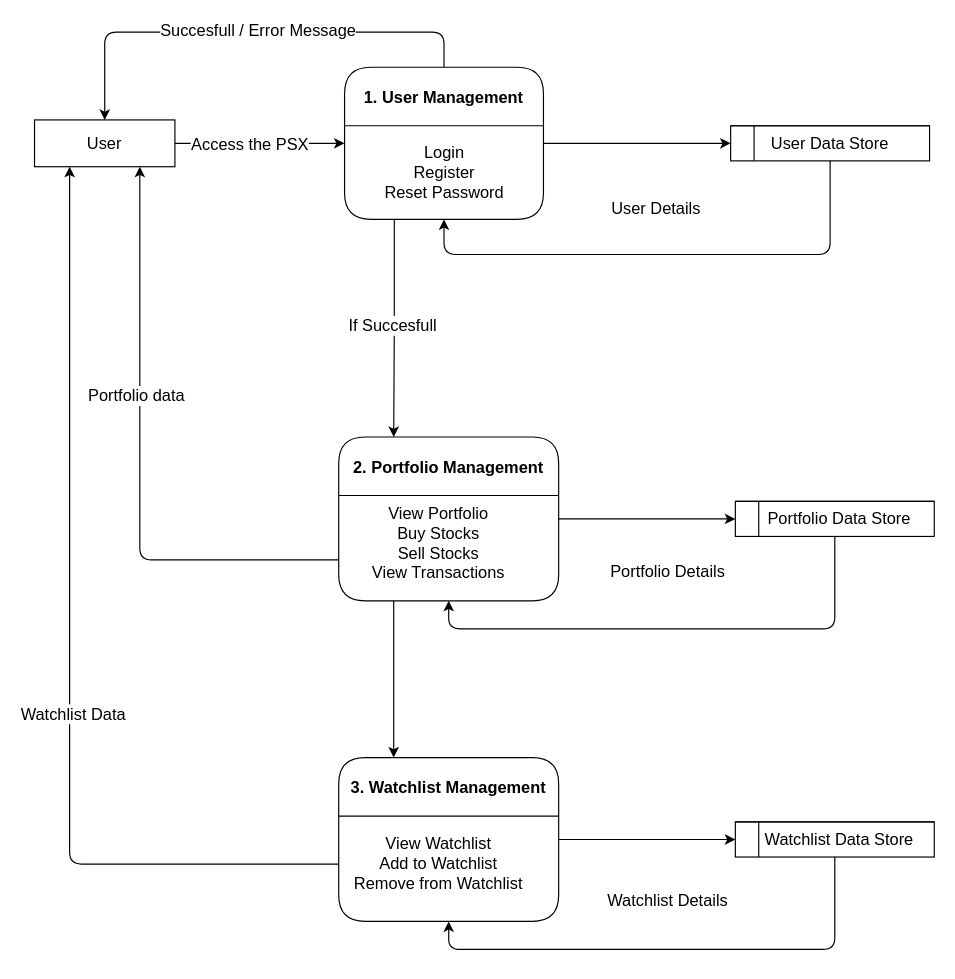
The draw.io diagram diagrams/DFD Level 01.drawio in httpshahan/Pakistan-Stock-Exchange-Simulator, before the edit. Source tidied: cells renumbered, new cells numbered last; positions are measured from the earlier drawing's top-left corner, leaving out a move shared by most shapes. Both pictures are drawn from the tidied source at 117%, with x=0, y=0 at pixel (34, 32).
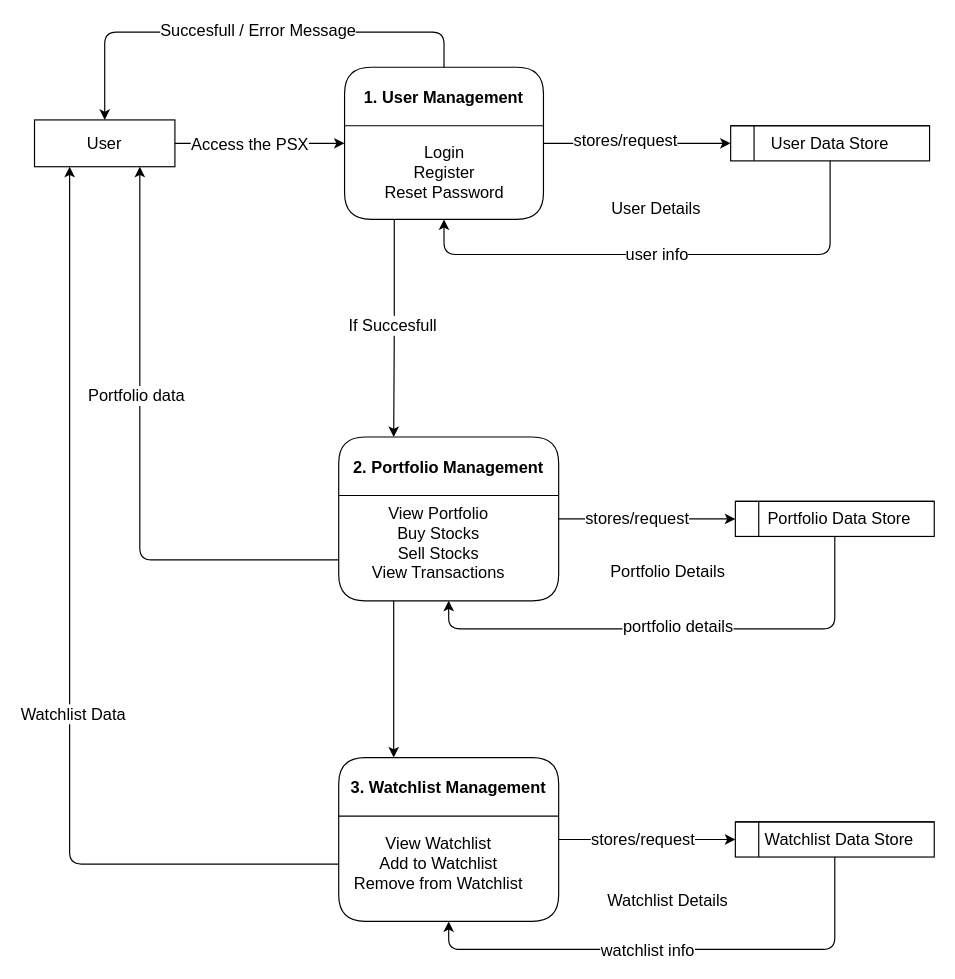
After the change.

Commit message (it also covers changes not shown here):
Update DFD level 0 diagram with corrected edge order

Unchanged cells that the change refers to:
```xml
<mxCell id="5" style="edgeStyle=none;html=1;exitX=1;exitY=0.5;exitDx=0;exitDy=0;entryX=0;entryY=0.5;entryDx=0;entryDy=0;fontSize=14;" parent="1" edge="1" source="11" target="14">
  <mxGeometry relative="1" as="geometry" />
</mxCell>
<mxCell id="13" style="edgeStyle=orthogonalEdgeStyle;html=1;exitX=0.5;exitY=1;exitDx=0;exitDy=0;entryX=0.5;entryY=1;entryDx=0;entryDy=0;fontSize=14;" parent="1" edge="1" source="14" target="11">
  <mxGeometry relative="1" as="geometry">
    <Array as="points">
      <mxPoint x="680" y="190" />
      <mxPoint x="350" y="190" />
    </Array>
  </mxGeometry>
</mxCell>
<mxCell id="15" style="edgeStyle=orthogonalEdgeStyle;html=1;exitX=1;exitY=0.5;exitDx=0;exitDy=0;entryX=0;entryY=0.5;entryDx=0;entryDy=0;fontSize=14;" parent="1" edge="1" source="18" target="21">
  <mxGeometry relative="1" as="geometry" />
</mxCell>
<mxCell id="20" style="edgeStyle=orthogonalEdgeStyle;html=1;exitX=0.5;exitY=1;exitDx=0;exitDy=0;entryX=0.5;entryY=1;entryDx=0;entryDy=0;fontSize=14;" parent="1" edge="1" source="21" target="18">
  <mxGeometry relative="1" as="geometry">
    <Array as="points">
      <mxPoint x="684" y="510" />
      <mxPoint x="354" y="510" />
    </Array>
  </mxGeometry>
</mxCell>
<mxCell id="22" style="edgeStyle=orthogonalEdgeStyle;html=1;exitX=1;exitY=0.5;exitDx=0;exitDy=0;entryX=0;entryY=0.5;entryDx=0;entryDy=0;fontSize=14;" parent="1" edge="1" source="24" target="27">
  <mxGeometry relative="1" as="geometry" />
</mxCell>
<mxCell id="26" style="edgeStyle=orthogonalEdgeStyle;html=1;exitX=0.5;exitY=1;exitDx=0;exitDy=0;entryX=0.5;entryY=1;entryDx=0;entryDy=0;fontSize=14;" parent="1" edge="1" source="27" target="24">
  <mxGeometry relative="1" as="geometry">
    <Array as="points">
      <mxPoint x="450" y="784" />
      <mxPoint x="149" y="784" />
    </Array>
  </mxGeometry>
</mxCell>
```

What changed in the source:
```diff
@@
+    <mxCell id="32" value="stores/request" style="edgeLabel;html=1;align=center;verticalAlign=middle;fontSize=14;" parent="5" vertex="1">
+      <mxGeometry x="-0.2" y="-2" relative="1" as="geometry">
+        <mxPoint x="5" y="-5" as="offset" />
+      </mxGeometry>
+    </mxCell>
@@
+    <mxCell id="33" value="user info" style="edgeLabel;html=1;align=center;verticalAlign=middle;fontSize=14;" parent="13" vertex="1">
+      <mxGeometry x="0.04" relative="1" as="geometry">
+        <mxPoint y="-1" as="offset" />
+      </mxGeometry>
+    </mxCell>
@@
+    <mxCell id="34" value="stores/request" style="edgeLabel;html=1;align=center;verticalAlign=middle;fontSize=14;" parent="15" vertex="1">
+      <mxGeometry x="-0.34" y="-2" relative="1" as="geometry">
+        <mxPoint x="16" y="-3" as="offset" />
+      </mxGeometry>
+    </mxCell>
@@
+    <mxCell id="35" value="portfolio details" style="edgeLabel;html=1;align=center;verticalAlign=middle;fontSize=14;" parent="20" vertex="1">
+      <mxGeometry x="-0.01" y="-3" relative="1" as="geometry" />
+    </mxCell>
@@
+    <mxCell id="36" value="stores/request" style="edgeLabel;html=1;align=center;verticalAlign=middle;fontSize=14;" parent="22" vertex="1">
+      <mxGeometry x="-0.31" y="3" relative="1" as="geometry">
+        <mxPoint x="19" y="2" as="offset" />
+      </mxGeometry>
+    </mxCell>
@@
+    <mxCell id="37" value="watchlist info" style="edgeLabel;html=1;align=center;verticalAlign=middle;fontSize=14;" parent="26" vertex="1">
+      <mxGeometry x="0.11" y="1" relative="1" as="geometry">
+        <mxPoint y="-1" as="offset" />
+      </mxGeometry>
+    </mxCell>
```
